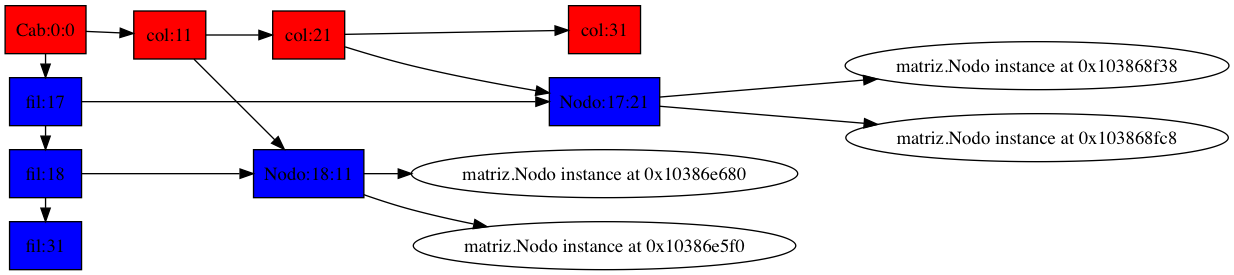
This is web/submarinojugador1.dot.png from leonelyutu/ProyectoJunio2017_200819281, a Graphviz export, as it was before one commit. Its source is kept beside it as web/submarinojugador1.dot. The source it was exported from:
```dot
digraph g{
rankdir=LR
<matriz.Nodo instance at 0x103857098>[label =<Cab:0:0> shape =box, style=filled, fillcolor=red]
<matriz.Nodo instance at 0x10386e6c8>[label =<col:11> shape =box, style=filled, fillcolor=red]
<matriz.Nodo instance at 0x10386e050>[label =<col:21> shape =box, style=filled, fillcolor=red]
<matriz.Nodo instance at 0x103857050>[label =<col:31> shape =box, style=filled, fillcolor=red]
<matriz.Nodo instance at 0x103857098>-><matriz.Nodo instance at 0x10386e6c8><matriz.Nodo instance at 0x10386e6c8>-><matriz.Nodo instance at 0x10386e050><matriz.Nodo instance at 0x10386e050>-><matriz.Nodo instance at 0x103857050><matriz.Nodo instance at 0x103868f80>[label = <fil:17> shape =box, style=filled, fillcolor=blue]
<matriz.Nodo instance at 0x10386e638>[label = <fil:18> shape =box, style=filled, fillcolor=blue]
<matriz.Nodo instance at 0x10384afc8>[label = <fil:31> shape =box, style=filled, fillcolor=blue]
<matriz.Nodo instance at 0x103857098>-><matriz.Nodo instance at 0x103868f80><matriz.Nodo instance at 0x103868f80>-><matriz.Nodo instance at 0x10386e638><matriz.Nodo instance at 0x10386e638>-><matriz.Nodo instance at 0x10384afc8>subgraph{
rank = same;<matriz.Nodo instance at 0x103857098>;<matriz.Nodo instance at 0x10386e638><matriz.Nodo instance at 0x103868f80>;<matriz.Nodo instance at 0x10386e638><matriz.Nodo instance at 0x10386e638>;<matriz.Nodo instance at 0x10384afc8>}
<matriz.Nodo instance at 0x103868f80>-><matriz.Nodo instance at 0x10386e098>
<matriz.Nodo instance at 0x10386e098>[label = <Nodo:17:21> shape =box, style=filled, fillcolor=blue]
<matriz.Nodo instance at 0x10386e638>-><matriz.Nodo instance at 0x10386e710>
<matriz.Nodo instance at 0x10386e710>[label = <Nodo:18:11> shape =box, style=filled, fillcolor=blue]
<matriz.Nodo instance at 0x10386e098>-><matriz.Nodo instance at 0x103868f38>
<matriz.Nodo instance at 0x10386e710>-><matriz.Nodo instance at 0x10386e5f0>
<matriz.Nodo instance at 0x10386e6c8>-><matriz.Nodo instance at 0x10386e710>
<matriz.Nodo instance at 0x10386e710>-><matriz.Nodo instance at 0x10386e680>
<matriz.Nodo instance at 0x10386e050>-><matriz.Nodo instance at 0x10386e098>
<matriz.Nodo instance at 0x10386e098>-><matriz.Nodo instance at 0x103868fc8>
}
```
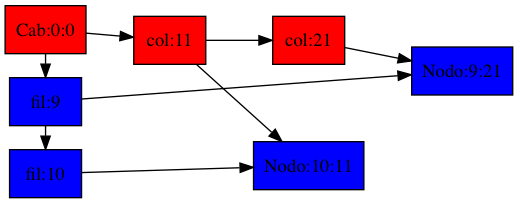
Later version of the same file.

Change to the diagram source:
```diff
@@ -1,22 +1,17 @@
 digraph g{
 rankdir=LR
-<matriz.Nodo instance at 0x103857098>[label =<Cab:0:0> shape =box, style=filled, fillcolor=red]
-<matriz.Nodo instance at 0x10386e6c8>[label =<col:11> shape =box, style=filled, fillcolor=red]
-<matriz.Nodo instance at 0x10386e050>[label =<col:21> shape =box, style=filled, fillcolor=red]
-<matriz.Nodo instance at 0x103857050>[label =<col:31> shape =box, style=filled, fillcolor=red]
-<matriz.Nodo instance at 0x103857098>-><matriz.Nodo instance at 0x10386e6c8><matriz.Nodo instance at 0x10386e6c8>-><matriz.Nodo instance at 0x10386e050><matriz.Nodo instance at 0x10386e050>-><matriz.Nodo instance at 0x103857050><matriz.Nodo instance at 0x103868f80>[label = <fil:17> shape =box, style=filled, fillcolor=blue]
-<matriz.Nodo instance at 0x10386e638>[label = <fil:18> shape =box, style=filled, fillcolor=blue]
-<matriz.Nodo instance at 0x10384afc8>[label = <fil:31> shape =box, style=filled, fillcolor=blue]
-<matriz.Nodo instance at 0x103857098>-><matriz.Nodo instance at 0x103868f80><matriz.Nodo instance at 0x103868f80>-><matriz.Nodo instance at 0x10386e638><matriz.Nodo instance at 0x10386e638>-><matriz.Nodo instance at 0x10384afc8>subgraph{
-rank = same;<matriz.Nodo instance at 0x103857098>;<matriz.Nodo instance at 0x10386e638><matriz.Nodo instance at 0x103868f80>;<matriz.Nodo instance at 0x10386e638><matriz.Nodo instance at 0x10386e638>;<matriz.Nodo instance at 0x10384afc8>}
-<matriz.Nodo instance at 0x103868f80>-><matriz.Nodo instance at 0x10386e098>
-<matriz.Nodo instance at 0x10386e098>[label = <Nodo:17:21> shape =box, style=filled, fillcolor=blue]
-<matriz.Nodo instance at 0x10386e638>-><matriz.Nodo instance at 0x10386e710>
-<matriz.Nodo instance at 0x10386e710>[label = <Nodo:18:11> shape =box, style=filled, fillcolor=blue]
-<matriz.Nodo instance at 0x10386e098>-><matriz.Nodo instance at 0x103868f38>
-<matriz.Nodo instance at 0x10386e710>-><matriz.Nodo instance at 0x10386e5f0>
-<matriz.Nodo instance at 0x10386e6c8>-><matriz.Nodo instance at 0x10386e710>
-<matriz.Nodo instance at 0x10386e710>-><matriz.Nodo instance at 0x10386e680>
-<matriz.Nodo instance at 0x10386e050>-><matriz.Nodo instance at 0x10386e098>
-<matriz.Nodo instance at 0x10386e098>-><matriz.Nodo instance at 0x103868fc8>
+<matriz.Nodo instance at 0x10a17c248>[label =<Cab:0:0> shape =box, style=filled, fillcolor=red]
+<matriz.Nodo instance at 0x10a180320>[label =<col:11> shape =box, style=filled, fillcolor=red]
+<matriz.Nodo instance at 0x10a180bd8>[label =<col:21> shape =box, style=filled, fillcolor=red]
+<matriz.Nodo instance at 0x10a17c248>-><matriz.Nodo instance at 0x10a180320><matriz.Nodo instance at 0x10a180320>-><matriz.Nodo instance at 0x10a180bd8>
+<matriz.Nodo instance at 0x10a180a28>[label = <fil:9> shape =box, style=filled, fillcolor=blue]
+<matriz.Nodo instance at 0x10a180560>[label = <fil:10> shape =box, style=filled, fillcolor=blue]
+<matriz.Nodo instance at 0x10a17c248>-><matriz.Nodo instance at 0x10a180a28><matriz.Nodo instance at 0x10a180a28>-><matriz.Nodo instance at 0x10a180560>subgraph{
+rank = same;<matriz.Nodo instance at 0x10a17c248>;<matriz.Nodo instance at 0x10a180560><matriz.Nodo instance at 0x10a180a28>;<matriz.Nodo instance at 0x10a180560>}
+<matriz.Nodo instance at 0x10a180a28>-><matriz.Nodo instance at 0x10a180950>
+<matriz.Nodo instance at 0x10a180950>[label = <Nodo:9:21> shape =box, style=filled, fillcolor=blue]
+<matriz.Nodo instance at 0x10a180560>-><matriz.Nodo instance at 0x10a180248>
+<matriz.Nodo instance at 0x10a180248>[label = <Nodo:10:11> shape =box, style=filled, fillcolor=blue]
+<matriz.Nodo instance at 0x10a180320>-><matriz.Nodo instance at 0x10a180248>
+<matriz.Nodo instance at 0x10a180bd8>-><matriz.Nodo instance at 0x10a180950>
 }
```
